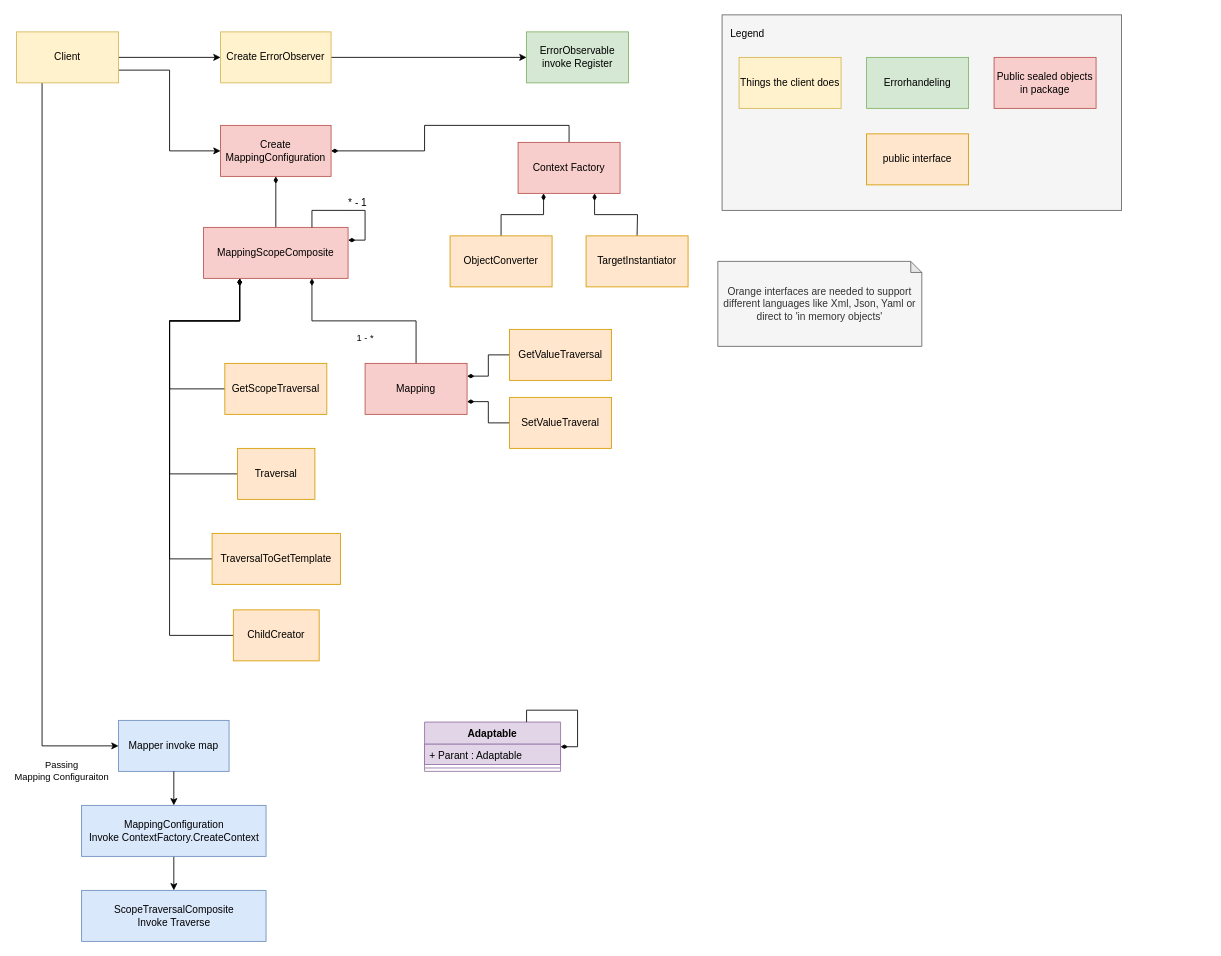
Earlier version of the draw.io diagram Mapping.drawio (DaveyvanTilburg/AdaptableMapper). Source tidied: cells renumbered, new cells numbered last; positions are measured from the earlier drawing's top-left corner, leaving out a move shared by most shapes. Both pictures are drawn from the tidied source at 85%, with x=0, y=0 at pixel (16, 14).
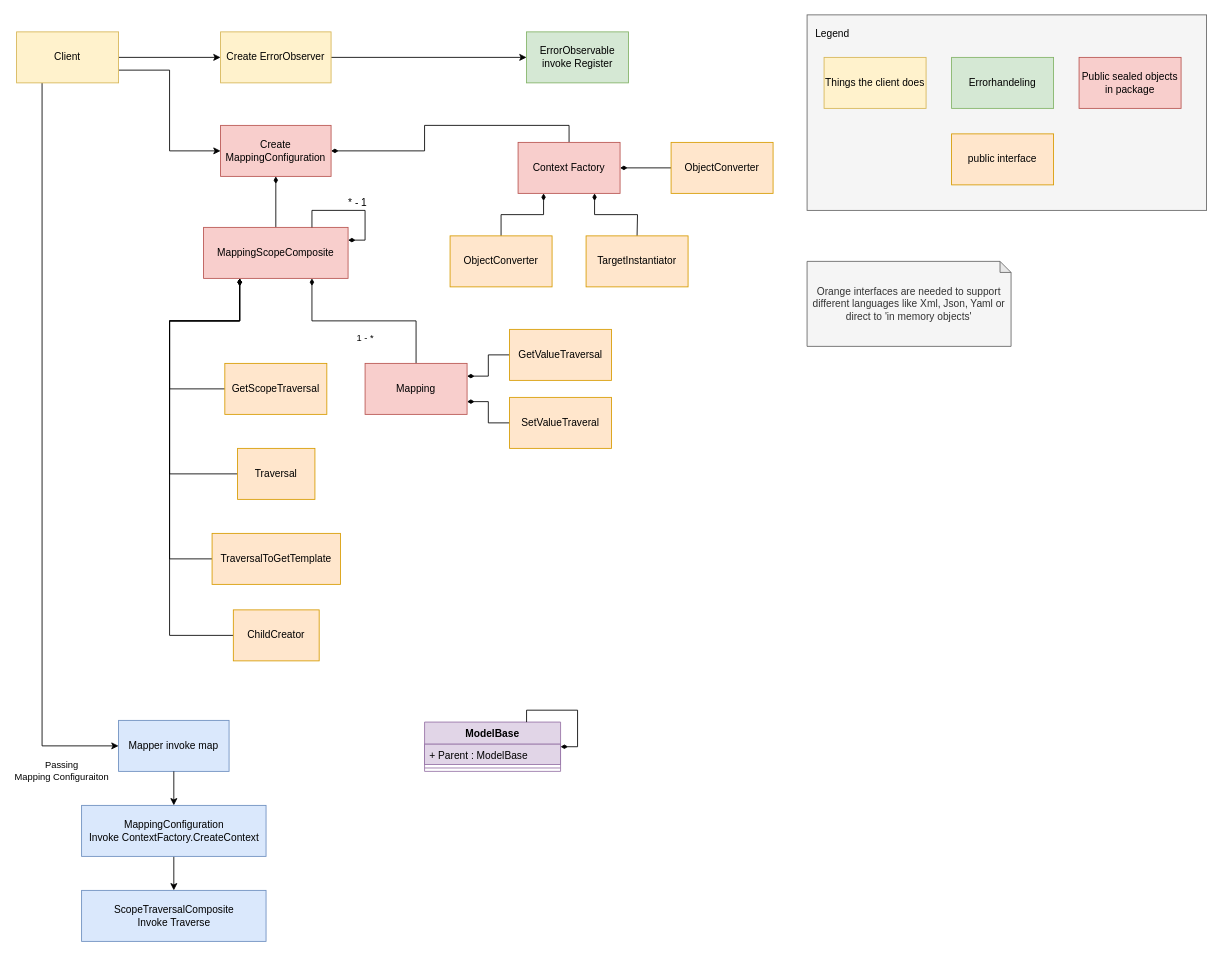
After the change.

Unchanged cells that the change refers to:
```xml
<mxCell id="15" value="Context Factory" style="rounded=0;whiteSpace=wrap;html=1;fillColor=#f8cecc;strokeColor=#b85450;" parent="1" vertex="1">
  <mxGeometry x="590" y="150" width="120" height="60" as="geometry" />
</mxCell>
```

The edit, as a diff of the source:
```diff
@@
+    <mxCell id="50" style="edgeStyle=orthogonalEdgeStyle;rounded=0;jettySize=auto;html=1;exitX=1;exitY=0.5;exitDx=0;exitDy=0;entryX=0;entryY=0.5;entryDx=0;entryDy=0;startArrow=diamondThin;startFill=1;endArrow=none;endFill=0;" parent="1" edge="1" source="15" target="51">
+      <mxGeometry relative="1" as="geometry" />
+    </mxCell>
@@
     <mxCell id="35" style="rounded=0;whiteSpace=wrap;html=1;fillColor=#f5f5f5;strokeColor=#666666;fontColor=#333333;align=center;" parent="1" vertex="1">
-      <mxGeometry x="830" width="470" height="230" as="geometry" />
+      <mxGeometry x="930" width="470" height="230" as="geometry" />
     </mxCell>
     <mxCell id="36" value="Legend" style="text;html=1;strokeColor=none;fillColor=none;align=center;verticalAlign=middle;whiteSpace=wrap;rounded=0;" parent="1" vertex="1">
-      <mxGeometry x="840" y="12" width="40" height="20" as="geometry" />
+      <mxGeometry x="940" y="12" width="40" height="20" as="geometry" />
     </mxCell>
     <mxCell id="37" value="Things the client does" style="rounded=0;whiteSpace=wrap;html=1;fillColor=#fff2cc;strokeColor=#d6b656;" parent="1" vertex="1">
-      <mxGeometry x="850" y="50" width="120" height="60" as="geometry" />
+      <mxGeometry x="950" y="50" width="120" height="60" as="geometry" />
     </mxCell>
     <mxCell id="38" value="Errorhandeling" style="rounded=0;whiteSpace=wrap;html=1;fillColor=#d5e8d4;strokeColor=#82b366;" parent="1" vertex="1">
-      <mxGeometry x="1000" y="50" width="120" height="60" as="geometry" />
+      <mxGeometry x="1100" y="50" width="120" height="60" as="geometry" />
     </mxCell>
     <mxCell id="39" value="Public sealed objects in package" style="rounded=0;whiteSpace=wrap;html=1;fillColor=#f8cecc;strokeColor=#b85450;" parent="1" vertex="1">
-      <mxGeometry x="1150" y="50" width="120" height="60" as="geometry" />
+      <mxGeometry x="1250" y="50" width="120" height="60" as="geometry" />
     </mxCell>
     <mxCell id="40" value="public interface" style="rounded=0;whiteSpace=wrap;html=1;fillColor=#ffe6cc;strokeColor=#d79b00;" parent="1" vertex="1">
-      <mxGeometry x="1000" y="140" width="120" height="60" as="geometry" />
+      <mxGeometry x="1100" y="140" width="120" height="60" as="geometry" />
     </mxCell>
     <mxCell id="41" value="Orange interfaces are needed to support different languages like Xml, Json, Yaml or direct to 'in memory objects'" style="shape=note;whiteSpace=wrap;html=1;backgroundOutline=1;darkOpacity=0.05;size=13;fillColor=#f5f5f5;strokeColor=#666666;fontColor=#333333;" parent="1" vertex="1">
-      <mxGeometry x="825" y="290" width="240" height="100" as="geometry" />
+      <mxGeometry x="930" y="290" width="240" height="100" as="geometry" />
     </mxCell>
-    <mxCell id="42" value="Adaptable" style="swimlane;fontStyle=1;align=center;verticalAlign=top;horizontal=1;startSize=26;fillColor=#e1d5e7;strokeColor=#9673a6;" parent="1" vertex="1">
+    <mxCell id="42" value="ModelBase" style="swimlane;fontStyle=1;align=center;verticalAlign=top;horizontal=1;startSize=26;fillColor=#e1d5e7;strokeColor=#9673a6;" parent="1" vertex="1">
       <mxGeometry x="480" y="832" width="160" height="58" as="geometry" />
     </mxCell>
-    <mxCell id="43" value="+ Parant : Adaptable" style="text;strokeColor=#9673a6;fillColor=#e1d5e7;align=left;verticalAlign=top;spacingLeft=4;spacingRight=4;overflow=hidden;" parent="42" vertex="1">
+    <mxCell id="43" value="+ Parent : ModelBase" style="text;strokeColor=#9673a6;fillColor=#e1d5e7;align=left;verticalAlign=top;spacingLeft=4;spacingRight=4;overflow=hidden;" parent="42" vertex="1">
       <mxGeometry y="26" width="160" height="24" as="geometry" />
     </mxCell>
@@
+    <mxCell id="51" value="ObjectConverter" style="rounded=0;whiteSpace=wrap;html=1;fillColor=#ffe6cc;strokeColor=#d79b00;" parent="1" vertex="1">
+      <mxGeometry x="770" y="150" width="120" height="60" as="geometry" />
+    </mxCell>
```
